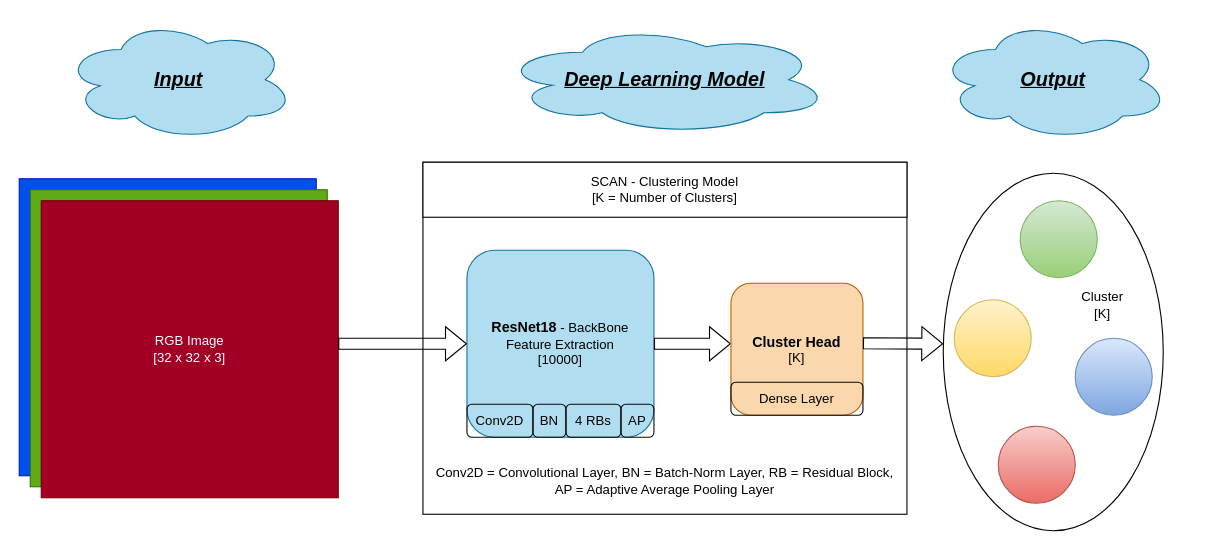
Nils-Treuheit/XAI-SCAN keeps this draw.io diagram as results/model.drawio. Above is the earlier version. Source tidied: cells renumbered, new cells numbered last; positions are measured from the earlier drawing's top-left corner, leaving out a move shared by most shapes. Both pictures are drawn from the tidied source at 110%, with x=0, y=0 at pixel (19, 19).
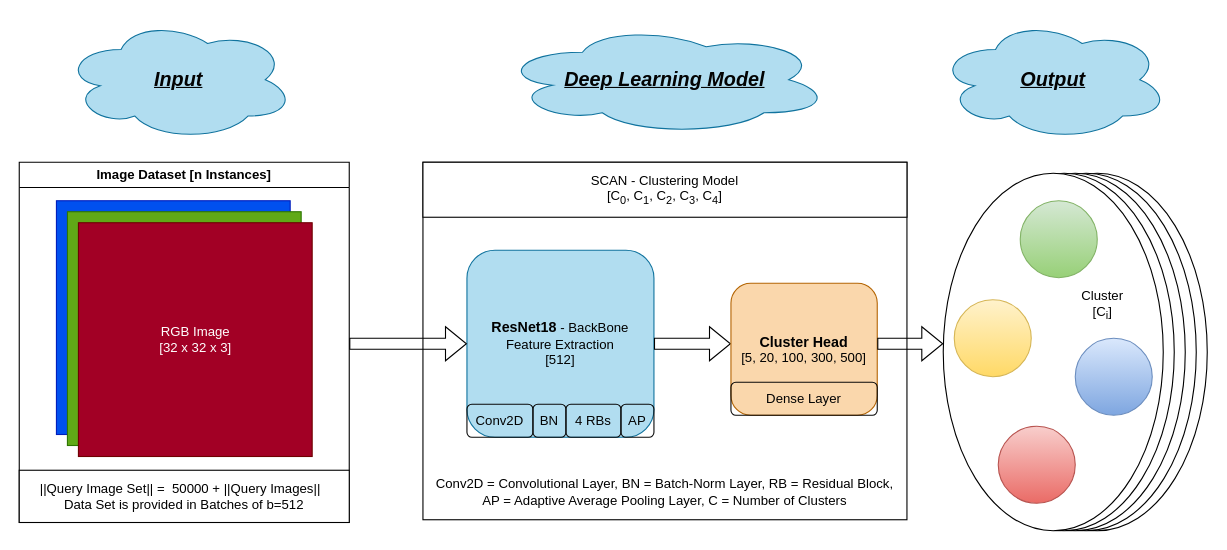
The same diagram, later.

The edit, as a diff of the source:
```diff
@@
+    <mxCell id="27" style="ellipse;whiteSpace=wrap;html=1;" parent="1" vertex="1">
+      <mxGeometry x="880" y="140" width="200" height="325" as="geometry" />
+    </mxCell>
+    <mxCell id="28" style="ellipse;whiteSpace=wrap;html=1;" parent="1" vertex="1">
+      <mxGeometry x="870" y="140" width="200" height="325" as="geometry" />
+    </mxCell>
+    <mxCell id="29" style="ellipse;whiteSpace=wrap;html=1;" parent="1" vertex="1">
+      <mxGeometry x="860" y="140" width="200" height="325" as="geometry" />
+    </mxCell>
+    <mxCell id="30" style="ellipse;whiteSpace=wrap;html=1;" parent="1" vertex="1">
+      <mxGeometry x="850" y="140" width="200" height="325" as="geometry" />
+    </mxCell>
@@
     <mxCell id="3" style="rounded=0;whiteSpace=wrap;html=1;" parent="1" vertex="1">
-      <mxGeometry x="367" y="130" width="440" height="320" as="geometry" />
+      <mxGeometry x="367" y="130" width="440" height="325" as="geometry" />
     </mxCell>
-    <mxCell id="4" value="SCAN - Clustering Model &lt;br&gt;[K = Number of Clusters]" style="rounded=0;whiteSpace=wrap;html=1;" parent="1" vertex="1">
+    <mxCell id="4" value="SCAN - Clustering Model &lt;br&gt;[C&lt;sub&gt;0&lt;/sub&gt;, C&lt;sub&gt;1&lt;/sub&gt;, C&lt;sub&gt;2&lt;/sub&gt;, C&lt;sub&gt;3&lt;/sub&gt;, C&lt;sub&gt;4&lt;/sub&gt;]" style="rounded=0;whiteSpace=wrap;html=1;" parent="1" vertex="1">
       <mxGeometry x="367" y="130" width="440" height="50" as="geometry" />
     </mxCell>
-    <mxCell id="5" style="whiteSpace=wrap;html=1;fillColor=#0050ef;strokeColor=#001DBC;fontColor=#ffffff;" parent="1" vertex="1">
-      <mxGeometry y="145" width="270" height="270" as="geometry" />
-    </mxCell>
-    <mxCell id="6" style="whiteSpace=wrap;html=1;fillColor=#60a917;strokeColor=#2D7600;fontColor=#ffffff;" parent="1" vertex="1">
-      <mxGeometry x="10" y="155" width="270" height="270" as="geometry" />
-    </mxCell>
-    <mxCell id="7" value="RGB Image&lt;br&gt;[32 x 32 x 3]" style="whiteSpace=wrap;html=1;fillColor=#a20025;strokeColor=#6F0000;fontColor=#ffffff;" parent="1" vertex="1">
-      <mxGeometry x="20" y="165" width="270" height="270" as="geometry" />
-    </mxCell>
-    <mxCell id="8" value="&lt;font color=&quot;#000000&quot;&gt;&lt;b&gt;&lt;font style=&quot;font-size: 13px;&quot;&gt;ResNet18&lt;/font&gt;&lt;/b&gt; - BackBone&lt;br&gt;Feature Extraction&lt;br&gt;[10000]&lt;/font&gt;" style="rounded=1;whiteSpace=wrap;html=1;fillColor=#b1ddf0;strokeColor=#10739e;" parent="1" vertex="1">
+    <mxCell id="8" value="&lt;font color=&quot;#000000&quot;&gt;&lt;b&gt;&lt;font style=&quot;font-size: 13px;&quot;&gt;ResNet18&lt;/font&gt;&lt;/b&gt; - BackBone&lt;br&gt;Feature Extraction&lt;br&gt;[512]&lt;/font&gt;" style="rounded=1;whiteSpace=wrap;html=1;fillColor=#b1ddf0;strokeColor=#10739e;" parent="1" vertex="1">
       <mxGeometry x="407" y="210" width="170" height="170" as="geometry" />
     </mxCell>
     <mxCell id="9" style="shape=flexArrow;endArrow=classic;html=1;rounded=0;entryX=0;entryY=0.5;entryDx=0;entryDy=0;" parent="1" edge="1" target="8">
       <mxGeometry relative="1" as="geometry">
-        <mxPoint x="290" y="295" as="sourcePoint" />
+        <mxPoint x="300" y="295" as="sourcePoint" />
       </mxGeometry>
     </mxCell>
@@
-    <mxCell id="11" value="&lt;font color=&quot;#000000&quot;&gt;&lt;b&gt;&lt;font style=&quot;font-size: 13px;&quot;&gt;Cluster Head&lt;/font&gt;&lt;/b&gt;&lt;br&gt;[K]&lt;/font&gt;" style="rounded=1;whiteSpace=wrap;html=1;fillColor=#fad7ac;strokeColor=#b46504;" parent="1" vertex="1">
-      <mxGeometry x="647" y="240" width="120" height="120" as="geometry" />
+    <mxCell id="11" value="&lt;font color=&quot;#000000&quot;&gt;&lt;b&gt;&lt;font style=&quot;font-size: 13px;&quot;&gt;Cluster Head&lt;/font&gt;&lt;/b&gt;&lt;br&gt;[5, 20, 100, 300, 500]&lt;/font&gt;" style="rounded=1;whiteSpace=wrap;html=1;fillColor=#fad7ac;strokeColor=#b46504;" parent="1" vertex="1">
+      <mxGeometry x="647" y="240" width="133" height="120" as="geometry" />
     </mxCell>
     <mxCell id="12" value="&lt;font color=&quot;#030303&quot;&gt;Dense Layer&lt;/font&gt;" style="rounded=1;whiteSpace=wrap;html=1;fillColor=none;strokeColor=#080808;" parent="1" vertex="1">
-      <mxGeometry x="647" y="330" width="120" height="30" as="geometry" />
+      <mxGeometry x="647" y="330" width="133" height="30" as="geometry" />
     </mxCell>
@@
-    <mxCell id="17" value="Conv2D = Convolutional Layer, BN = Batch-Norm Layer, RB = Residual Block, AP = Adaptive Average Pooling Layer" style="text;html=1;strokeColor=none;fillColor=none;align=center;verticalAlign=middle;whiteSpace=wrap;rounded=0;" parent="1" vertex="1">
-      <mxGeometry x="377" y="400" width="420" height="40" as="geometry" />
+    <mxCell id="17" value="Conv2D = Convolutional Layer, BN = Batch-Norm Layer, RB = Residual Block, AP = Adaptive Average Pooling Layer, C = Number of Clusters" style="text;html=1;strokeColor=none;fillColor=none;align=center;verticalAlign=middle;whiteSpace=wrap;rounded=0;" parent="1" vertex="1">
+      <mxGeometry x="377" y="405" width="420" height="50" as="geometry" />
     </mxCell>
     <mxCell id="18" style="shape=flexArrow;endArrow=classic;html=1;rounded=0;" parent="1" edge="1">
       <mxGeometry relative="1" as="geometry">
-        <mxPoint x="767" y="294.5" as="sourcePoint" />
+        <mxPoint x="780" y="295" as="sourcePoint" />
         <mxPoint x="840" y="295" as="targetPoint" />
       </mxGeometry>
     </mxCell>
@@
-    <mxCell id="23" value="Cluster&lt;br&gt;[K]" style="text;html=1;strokeColor=none;fillColor=none;align=center;verticalAlign=middle;whiteSpace=wrap;rounded=0;" parent="1" vertex="1">
+    <mxCell id="23" value="Cluster&lt;br&gt;[C&lt;sub&gt;i&lt;/sub&gt;]" style="text;html=1;strokeColor=none;fillColor=none;align=center;verticalAlign=middle;whiteSpace=wrap;rounded=0;" parent="1" vertex="1">
       <mxGeometry x="940" y="240" width="90" height="40" as="geometry" />
     </mxCell>
@@
+    <mxCell id="31" value="Image Dataset [n Instances]" style="swimlane;whiteSpace=wrap;html=1;" parent="1" vertex="1">
+      <mxGeometry y="130" width="300" height="327.5" as="geometry" />
+    </mxCell>
+    <mxCell id="5" style="whiteSpace=wrap;html=1;fillColor=#0050ef;strokeColor=#001DBC;fontColor=#ffffff;" parent="31" vertex="1">
+      <mxGeometry x="33.8" y="35" width="212.5" height="212.5" as="geometry" />
+    </mxCell>
+    <mxCell id="6" style="whiteSpace=wrap;html=1;fillColor=#60a917;strokeColor=#2D7600;fontColor=#ffffff;" parent="31" vertex="1">
+      <mxGeometry x="43.8" y="45" width="212.5" height="212.5" as="geometry" />
+    </mxCell>
+    <mxCell id="7" value="RGB Image&lt;br&gt;[32 x 32 x 3]" style="whiteSpace=wrap;html=1;fillColor=#a20025;strokeColor=#6F0000;fontColor=#ffffff;" parent="31" vertex="1">
+      <mxGeometry x="53.8" y="55" width="212.5" height="212.5" as="geometry" />
+    </mxCell>
+    <mxCell id="32" value="||Query Image Set|| =&amp;nbsp; 50000 + ||Query Images||&amp;nbsp;&amp;nbsp;&lt;br&gt;Data Set is provided in Batches of b=512" style="rounded=0;whiteSpace=wrap;html=1;" parent="31" vertex="1">
+      <mxGeometry y="280" width="300" height="47.5" as="geometry" />
+    </mxCell>
```
